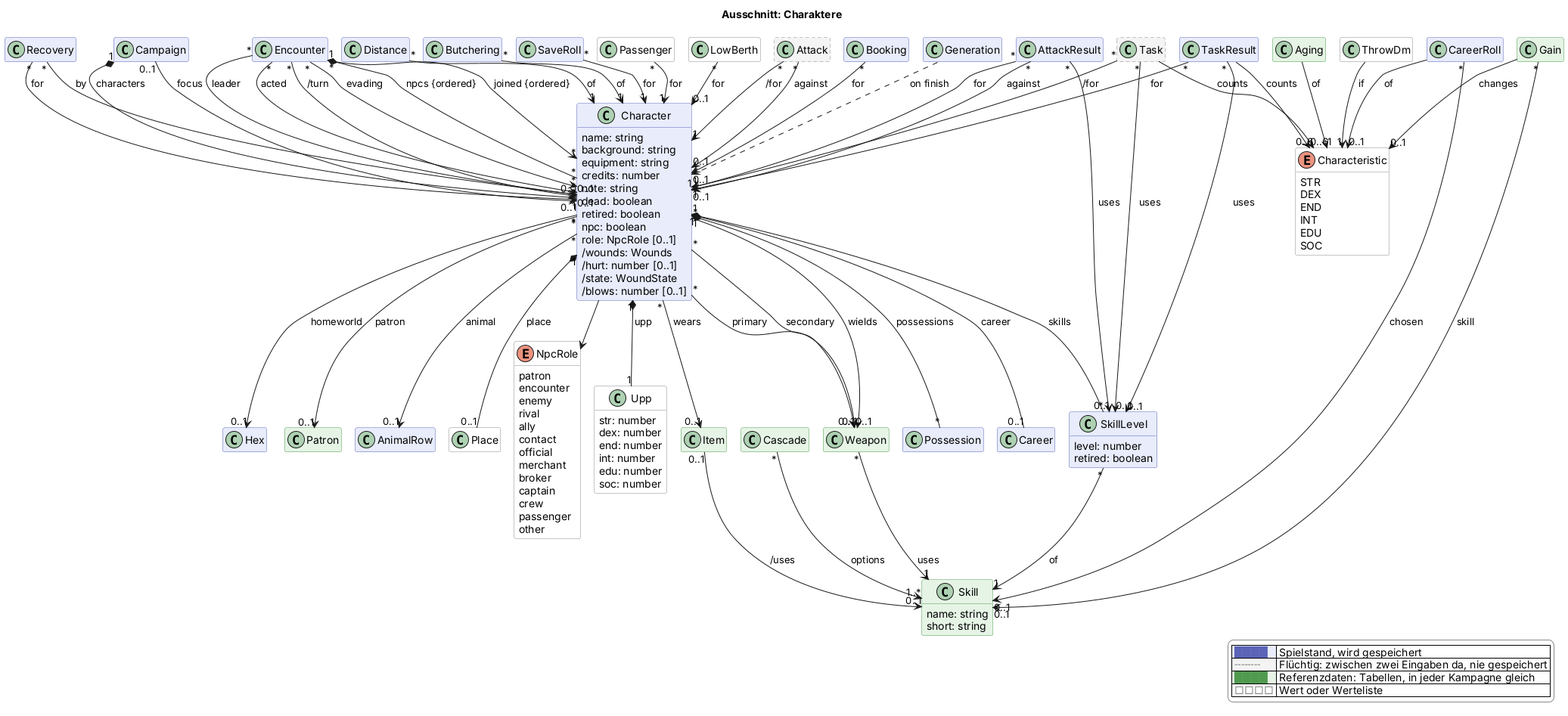
The PlantUML diagram docs/views/charakter.png in scuzzar/SRE, before a commit.
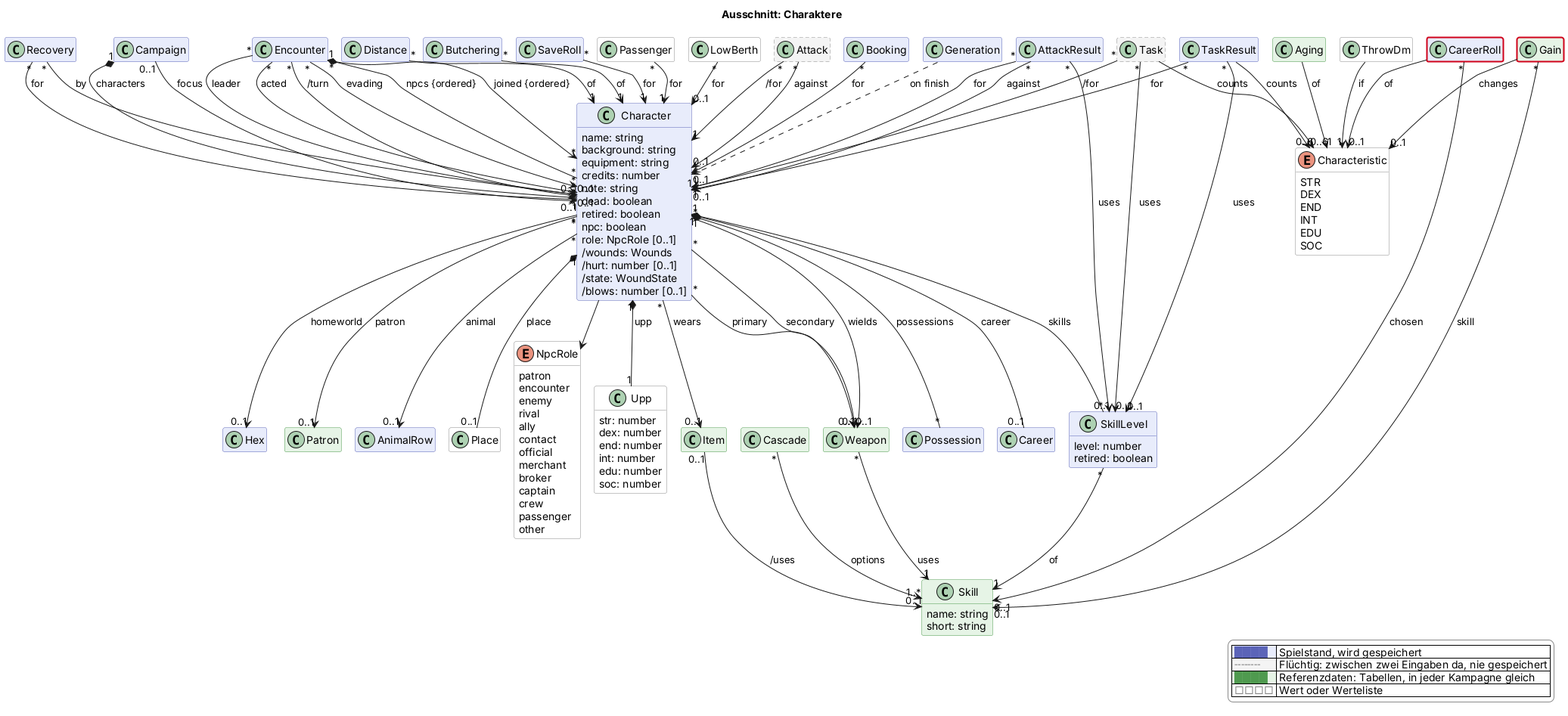
The same diagram one commit later.

Diff of the diagram source:
```diff
@@ -112,6 +112,7 @@
   }
   class Possession $shop
 
+
   class Generation $erschaffung
   class Career $erschaffung
   class CareerRoll $erschaffung
@@ -157,6 +158,7 @@
 Campaign "1" *-- "*" Character : characters
 Campaign "0..1" --> "0..1" Character : focus
 Booking "*" --> "0..1" Character : for
+
 
 Passenger "*" --> "1" Character : for
 LowBerth "*" --> "0..1" Character : for
@@ -224,4 +226,6 @@
   |<#e6f4e6> <color:#4f9a4f>████</color> | Referenzdaten: Tabellen, in jeder Kampagne gleich |
   |<#ffffff> <color:#8a8a8a>□□□□</color> | Wert oder Werteliste |
 endlegend
+class CareerRoll #line:d0021b;line.bold
+class Gain #line:d0021b;line.bold
 @enduml
```
